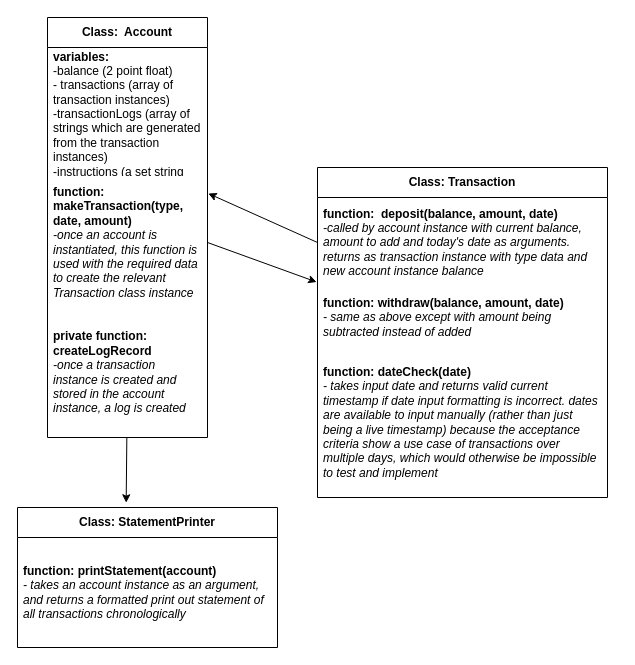
Earlier version of the draw.io diagram page "Page-1" (1 of 2) of design.drawio (robin277t/bank-tech-test-js). Source tidied: cells renumbered, new cells numbered last; positions are measured from the earlier drawing's top-left corner, leaving out a move shared by most shapes. Both pictures are drawn from the tidied source at 100%, with x=0, y=0 at pixel (17, 17).
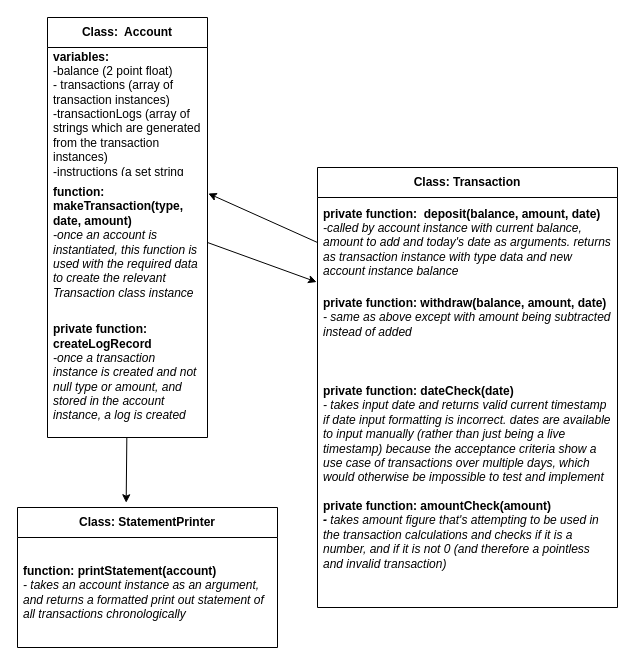
The same diagram, later.

Commit message (it also covers changes not shown here):
Refactor Transaction class, private functions and amount type check,further tests

Change to the diagram source:
```diff
@@
 <mxGraphModel>
   <root>
     <mxCell id="0" />
     <mxCell id="1" parent="0" />
     <mxCell id="2" value="&lt;b&gt;Class:&amp;nbsp; Account&lt;/b&gt;" style="swimlane;fontStyle=0;horizontal=1;startSize=30;whiteSpace=wrap;html=1;" parent="1" vertex="1">
       <mxGeometry x="30" width="160" height="420" as="geometry" />
     </mxCell>
     <mxCell id="3" value="&lt;b&gt;variables:&amp;nbsp;&lt;/b&gt;&lt;br&gt;-balance (2 point float)&lt;br&gt;- transactions (array of transaction instances)&lt;br&gt;-transactionLogs (array of strings which are generated from the transaction instances)&lt;br&gt;-instructions (a set string which is printed on the REPL to instruct user)&lt;br&gt;&lt;br&gt;&lt;br&gt;" style="text;strokeColor=none;fillColor=none;align=left;verticalAlign=middle;spacingLeft=4;spacingRight=4;overflow=hidden;whiteSpace=wrap;html=1;" parent="2" vertex="1">
       <mxGeometry y="30" width="160" height="130" as="geometry" />
     </mxCell>
     <mxCell id="4" value="&lt;b&gt;function: makeTransaction(type, date, amount)&lt;/b&gt;&lt;br&gt;&lt;i&gt;-once an account is instantiated, this function is used with the required data to create the relevant Transaction class instance&lt;/i&gt;" style="text;strokeColor=none;fillColor=none;align=left;verticalAlign=middle;spacingLeft=4;spacingRight=4;overflow=hidden;points=[[0,0.5],[1,0.5]];portConstraint=eastwest;whiteSpace=wrap;html=1;" parent="2" vertex="1">
       <mxGeometry y="160" width="160" height="130" as="geometry" />
     </mxCell>
-    <mxCell id="5" value="&lt;b&gt;private function: createLogRecord&lt;/b&gt;&lt;br&gt;&lt;i&gt;-once a transaction instance is created and stored in the account instance, a log is created&lt;/i&gt;" style="text;strokeColor=none;fillColor=none;align=left;verticalAlign=middle;spacingLeft=4;spacingRight=4;overflow=hidden;points=[[0,0.5],[1,0.5]];portConstraint=eastwest;whiteSpace=wrap;html=1;" parent="2" vertex="1">
+    <mxCell id="5" value="&lt;b&gt;private function: createLogRecord&lt;/b&gt;&lt;br&gt;&lt;i&gt;-once a transaction instance is created and not null type or amount, and stored in the account instance, a log is created&lt;/i&gt;" style="text;strokeColor=none;fillColor=none;align=left;verticalAlign=middle;spacingLeft=4;spacingRight=4;overflow=hidden;points=[[0,0.5],[1,0.5]];portConstraint=eastwest;whiteSpace=wrap;html=1;" parent="2" vertex="1">
       <mxGeometry y="290" width="160" height="130" as="geometry" />
     </mxCell>
     <mxCell id="6" value="&lt;b&gt;Class: Transaction&lt;/b&gt;" style="swimlane;fontStyle=0;horizontal=1;startSize=30;whiteSpace=wrap;html=1;" parent="1" vertex="1">
-      <mxGeometry x="300" y="150" width="290" height="330" as="geometry" />
+      <mxGeometry x="300" y="150" width="300" height="440" as="geometry" />
     </mxCell>
-    <mxCell id="7" value="&lt;b&gt;function:&amp;nbsp; deposit(balance, amount, date)&lt;/b&gt;&lt;br&gt;&lt;i&gt;-called by account instance with current balance, amount to add and today's date as arguments. returns as transaction instance with type data and new account instance balance&lt;/i&gt;" style="text;strokeColor=none;fillColor=none;align=left;verticalAlign=middle;spacingLeft=4;spacingRight=4;overflow=hidden;points=[[0,0.5],[1,0.5]];portConstraint=eastwest;whiteSpace=wrap;html=1;" parent="6" vertex="1">
-      <mxGeometry y="30" width="290" height="90" as="geometry" />
+    <mxCell id="7" value="&lt;b&gt;private function:&amp;nbsp; deposit(balance, amount, date)&lt;/b&gt;&lt;br&gt;&lt;i&gt;-called by account instance with current balance, amount to add and today's date as arguments. returns as transaction instance with type data and new account instance balance&lt;/i&gt;" style="text;strokeColor=none;fillColor=none;align=left;verticalAlign=middle;spacingLeft=4;spacingRight=4;overflow=hidden;points=[[0,0.5],[1,0.5]];portConstraint=eastwest;whiteSpace=wrap;html=1;" parent="6" vertex="1">
+      <mxGeometry y="30" width="300" height="90" as="geometry" />
     </mxCell>
-    <mxCell id="8" value="&lt;b&gt;function: withdraw(balance, amount, date)&lt;/b&gt;&lt;br&gt;&lt;i&gt;- same as above except with amount being subtracted instead of added&lt;/i&gt;&lt;br&gt;" style="text;strokeColor=none;fillColor=none;align=left;verticalAlign=middle;spacingLeft=4;spacingRight=4;overflow=hidden;points=[[0,0.5],[1,0.5]];portConstraint=eastwest;whiteSpace=wrap;html=1;" parent="6" vertex="1">
-      <mxGeometry y="120" width="290" height="60" as="geometry" />
+    <mxCell id="8" value="&lt;b&gt;private function: withdraw(balance, amount, date)&lt;/b&gt;&lt;br&gt;&lt;i&gt;- same as above except with amount being subtracted instead of added&lt;/i&gt;" style="text;strokeColor=none;fillColor=none;align=left;verticalAlign=middle;spacingLeft=4;spacingRight=4;overflow=hidden;points=[[0,0.5],[1,0.5]];portConstraint=eastwest;whiteSpace=wrap;html=1;" parent="6" vertex="1">
+      <mxGeometry y="120" width="300" height="60" as="geometry" />
     </mxCell>
-    <mxCell id="9" value="&lt;b&gt;function: dateCheck(date)&lt;/b&gt;&lt;br&gt;&lt;i&gt;- takes input date and returns valid current timestamp if date input formatting is incorrect. dates are available to input manually (rather than just being a live timestamp) because the acceptance criteria show a use case of transactions over multiple days, which would otherwise be impossible to test and implement&lt;/i&gt;" style="text;strokeColor=none;fillColor=none;align=left;verticalAlign=middle;spacingLeft=4;spacingRight=4;overflow=hidden;whiteSpace=wrap;html=1;" parent="6" vertex="1">
-      <mxGeometry y="180" width="290" height="150" as="geometry" />
+    <mxCell id="9" value="&lt;b&gt;private function: dateCheck(date)&lt;/b&gt;&lt;br&gt;&lt;i&gt;- takes input date and returns valid current timestamp if date input formatting is incorrect. dates are available to input manually (rather than just being a live timestamp) because the acceptance criteria show a use case of transactions over multiple days, which would otherwise be impossible to test and implement&lt;/i&gt;&lt;br&gt;&lt;br&gt;&lt;b&gt;private function: amountCheck(amount)&lt;/b&gt;&lt;br&gt;&lt;i style=&quot;&quot;&gt;&lt;b&gt;- &lt;/b&gt;takes amount figure that's attempting to be used in the transaction calculations and checks if it is a number, and if it is not 0 (and therefore a pointless and invalid transaction)&lt;/i&gt;" style="text;strokeColor=none;fillColor=none;align=left;verticalAlign=middle;spacingLeft=4;spacingRight=4;overflow=hidden;whiteSpace=wrap;html=1;" parent="6" vertex="1">
+      <mxGeometry y="180" width="300" height="260" as="geometry" />
     </mxCell>
     <mxCell id="10" value="&lt;b&gt;Class: StatementPrinter&lt;/b&gt;" style="swimlane;fontStyle=0;horizontal=1;startSize=30;whiteSpace=wrap;html=1;" parent="1" vertex="1">
       <mxGeometry y="490" width="260" height="140" as="geometry" />
     </mxCell>
     <mxCell id="11" value="&lt;b&gt;function: printStatement(account)&lt;br&gt;&lt;/b&gt;&lt;i&gt;- takes an account instance as an argument, and returns a formatted print out statement of all transactions chronologically&lt;/i&gt;" style="text;strokeColor=none;fillColor=none;align=left;verticalAlign=middle;spacingLeft=4;spacingRight=4;overflow=hidden;whiteSpace=wrap;html=1;" parent="10" vertex="1">
       <mxGeometry y="30" width="260" height="110" as="geometry" />
     </mxCell>
     <mxCell id="12" style="edgeStyle=none;html=1;entryX=-0.003;entryY=-0.091;entryDx=0;entryDy=0;entryPerimeter=0;exitX=1;exitY=0.5;exitDx=0;exitDy=0;" parent="1" edge="1" source="4" target="8">
       <mxGeometry relative="1" as="geometry" />
     </mxCell>
     <mxCell id="13" style="edgeStyle=none;html=1;entryX=0.418;entryY=-0.034;entryDx=0;entryDy=0;entryPerimeter=0;" parent="1" edge="1" source="5" target="10">
       <mxGeometry relative="1" as="geometry" />
     </mxCell>
     <mxCell id="14" style="edgeStyle=none;html=1;entryX=1.005;entryY=0.123;entryDx=0;entryDy=0;entryPerimeter=0;exitX=0;exitY=0.5;exitDx=0;exitDy=0;" parent="1" edge="1" source="7" target="4">
       <mxGeometry relative="1" as="geometry" />
     </mxCell>
   </root>
 </mxGraphModel>
```
